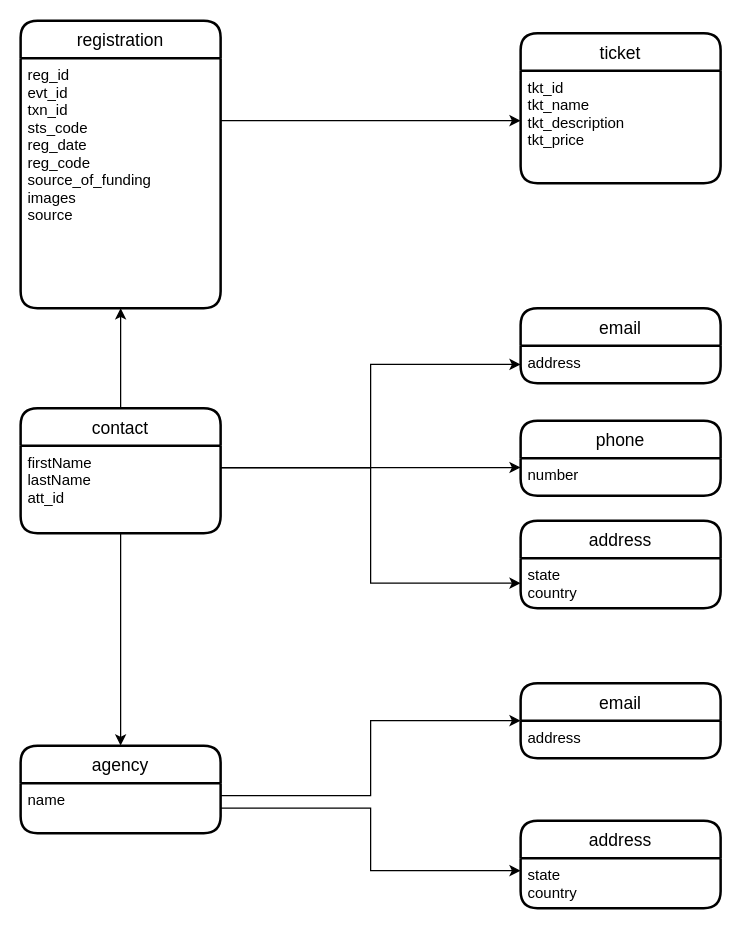
This is page "registration-relationships" (2 of 2) of street-cops-data.drawio from razaman2/diagram, a draw.io file, before an edit. Source tidied: cells renumbered, new cells numbered last; positions are measured from the earlier drawing's top-left corner, leaving out a move shared by most shapes. Both pictures are drawn from the tidied source at 125%, with x=0, y=0 at pixel (20, 20).
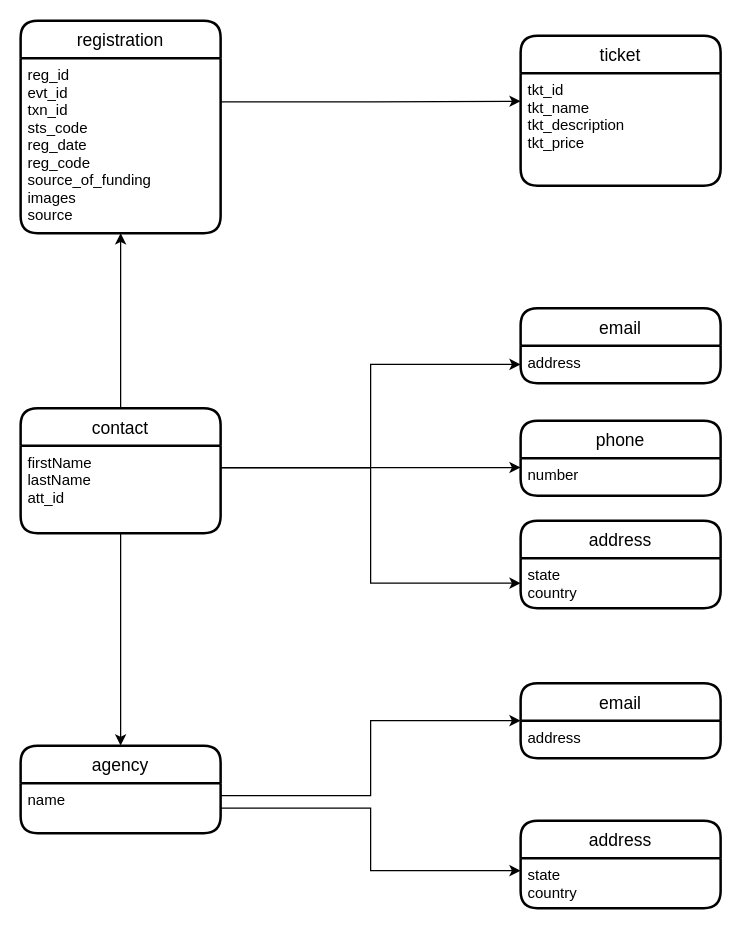
After the change.

Unchanged cells that the change refers to:
```xml
<mxCell id="26" value="tkt_id&#10;tkt_name&#10;tkt_description&#10;tkt_price" style="align=left;strokeColor=none;fillColor=none;spacingLeft=4;fontSize=12;verticalAlign=top;" parent="25" vertex="1">
  <mxGeometry y="30" width="160" height="90" as="geometry" />
</mxCell>
```

Diff of the diagram source:
```diff
@@
     <mxCell id="21" value="registration" style="swimlane;horizontal=1;startSize=30;rounded=1;fontSize=14;fontStyle=0;strokeWidth=2;shadow=0;dashed=0;align=center;" parent="1" vertex="1">
-      <mxGeometry width="160" height="230" as="geometry" />
+      <mxGeometry width="160" height="170" as="geometry" />
     </mxCell>
     <mxCell id="22" value="reg_id&#10;evt_id&#10;txn_id&#10;sts_code&#10;reg_date&#10;reg_code&#10;source_of_funding&#10;images&#10;source&#10;" style="align=left;strokeColor=none;fillColor=none;spacingLeft=4;fontSize=12;verticalAlign=top;" parent="21" vertex="1">
-      <mxGeometry y="30" width="160" height="200" as="geometry" />
+      <mxGeometry y="30" width="160" height="140" as="geometry" />
     </mxCell>
@@
     <mxCell id="25" value="ticket" style="swimlane;horizontal=1;startSize=30;rounded=1;fontSize=14;fontStyle=0;strokeWidth=2;shadow=0;dashed=0;align=center;" parent="1" vertex="1">
-      <mxGeometry x="400" y="10" width="160" height="120" as="geometry" />
+      <mxGeometry x="400" y="12" width="160" height="120" as="geometry" />
     </mxCell>
@@
-    <mxCell id="27" style="edgeStyle=orthogonalEdgeStyle;rounded=0;jettySize=auto;html=1;exitX=1;exitY=0.25;exitDx=0;exitDy=0;" parent="1" edge="1" source="22">
-      <mxGeometry relative="1" as="geometry">
-        <mxPoint x="400" y="80" as="targetPoint" />
-      </mxGeometry>
-    </mxCell>
+    <mxCell id="28" style="edgeStyle=orthogonalEdgeStyle;rounded=0;jettySize=auto;html=1;exitX=1;exitY=0.25;exitDx=0;exitDy=0;entryX=0;entryY=0.25;entryDx=0;entryDy=0;" parent="1" edge="1" source="22" target="26">
+      <mxGeometry relative="1" as="geometry" />
+    </mxCell>
```
